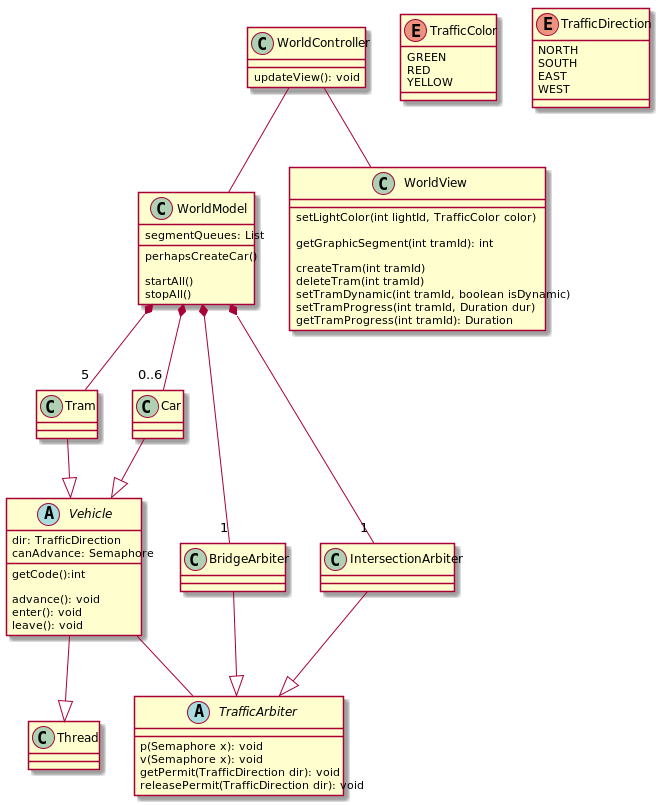
Earlier version of the PlantUML export tramway-uml.png (wanisramdani/tramway).
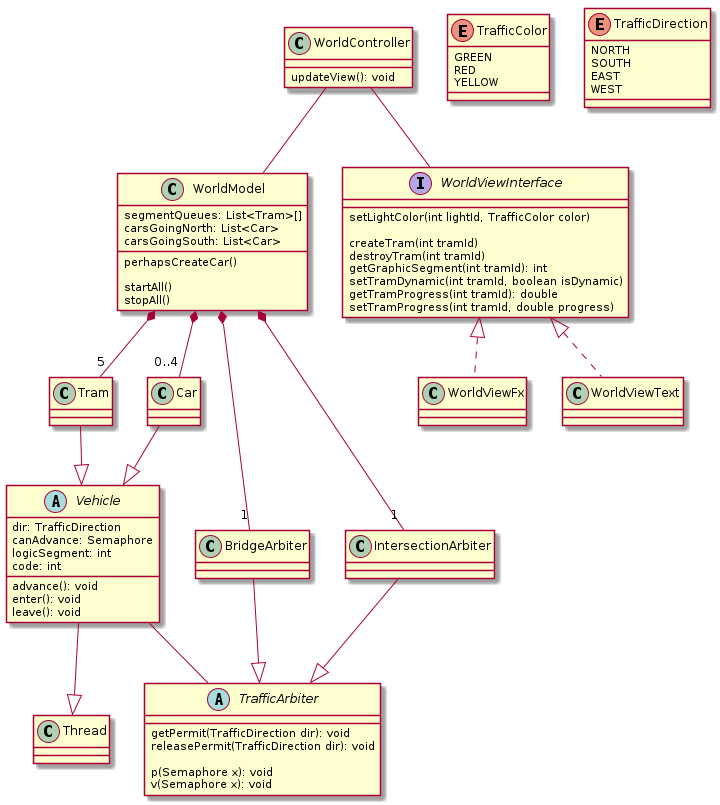
The same file after the commit.

Change to the diagram source:
```diff
@@ -4,22 +4,25 @@
   updateView(): void
 }
 WorldController -- WorldModel
-WorldController -- WorldView
+WorldController -- WorldViewInterface
 
-class WorldView {
+interface WorldViewInterface {
   setLightColor(int lightId, TrafficColor color)
 
+  createTram(int tramId)
+  destroyTram(int tramId)
   getGraphicSegment(int tramId): int
-
-  createTram(int tramId)
-  deleteTram(int tramId)
   setTramDynamic(int tramId, boolean isDynamic)
-  setTramProgress(int tramId, Duration dur)
-  getTramProgress(int tramId): Duration
+  getTramProgress(int tramId): double
+  setTramProgress(int tramId, double progress)
 }
+WorldViewInterface <|.. WorldViewFx
+WorldViewInterface <|.. WorldViewText
 
 class WorldModel {
-  segmentQueues: List
+  segmentQueues: List<Tram>[]
+  carsGoingNorth: List<Car>
+  carsGoingSouth: List<Car>
 
   perhapsCreateCar()
 
@@ -27,15 +30,16 @@
   stopAll()
 }
 WorldModel *-- "5" Tram
-WorldModel *-- "0..6" Car
+WorldModel *-- "0..4" Car
 WorldModel *-- "1" BridgeArbiter
 WorldModel *-- "1" IntersectionArbiter
 
 abstract class TrafficArbiter {
+  getPermit(TrafficDirection dir): void
+  releasePermit(TrafficDirection dir): void
+
   p(Semaphore x): void
   v(Semaphore x): void
-  getPermit(TrafficDirection dir): void
-  releasePermit(TrafficDirection dir): void
 }
 
 class BridgeArbiter {
@@ -49,8 +53,8 @@
 abstract class Vehicle {
   dir: TrafficDirection
   canAdvance: Semaphore
-
-  getCode():int
+  logicSegment: int
+  code: int
 
   advance(): void
   enter(): void
```
